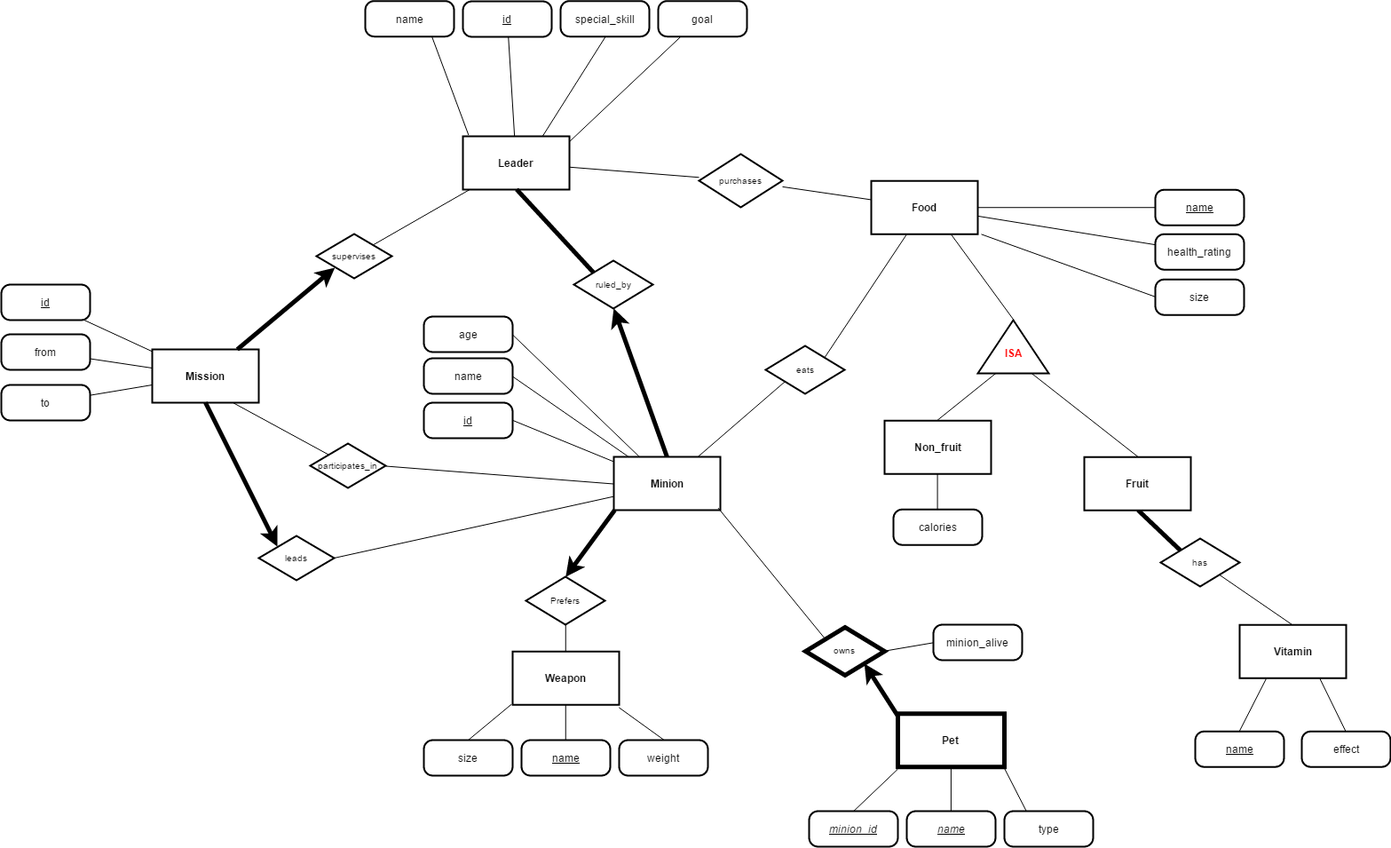
maxhollmann/db-assignment1 keeps this draw.io diagram as Assignment1_ER_Diagram.png. Above is the earlier version. Source tidied: cells renumbered, new cells last; positions are measured from the earlier drawing's top-left corner, leaving out a move shared by most shapes.
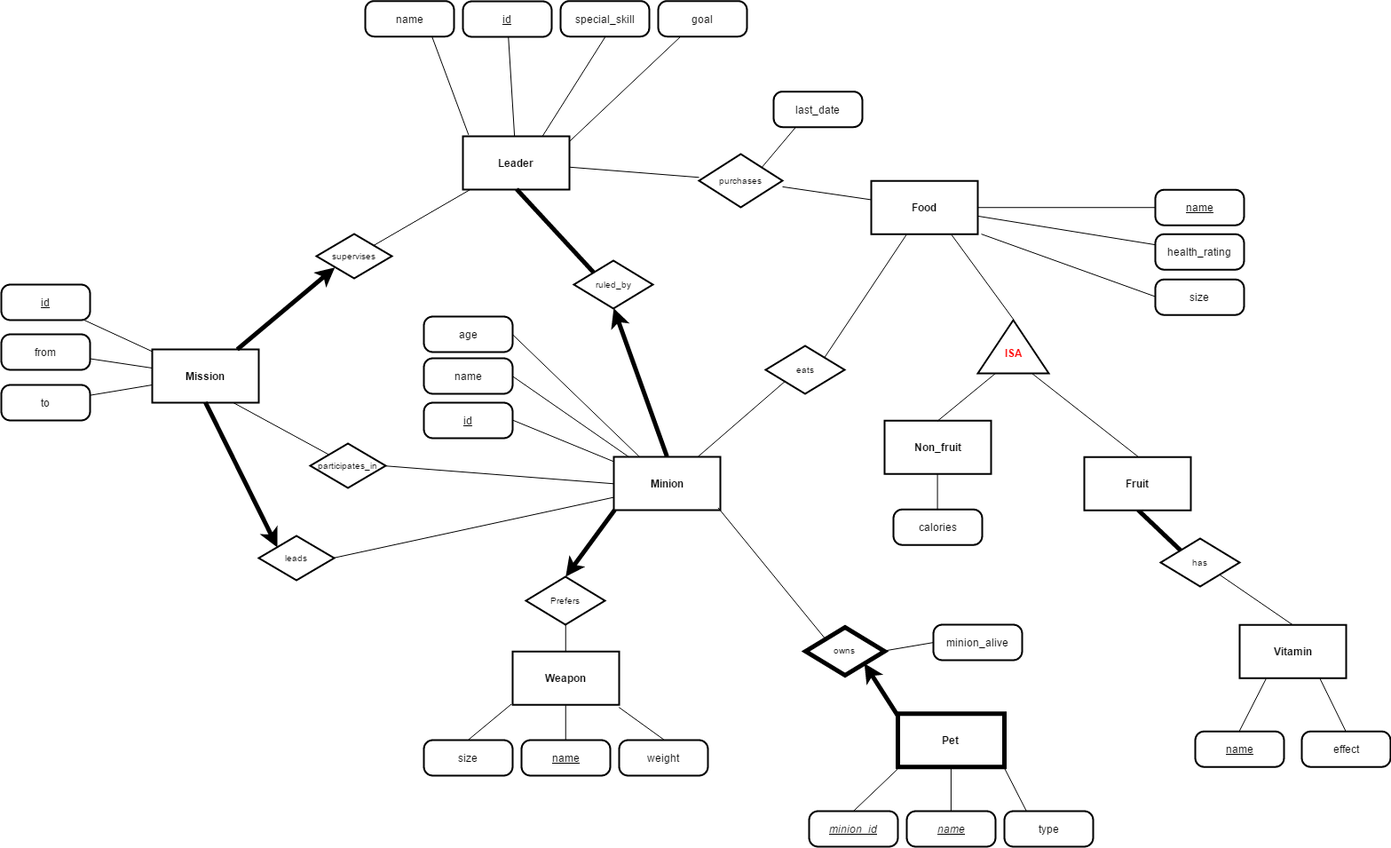
The same diagram one commit later.

What changed in the source:
```diff
@@ -164,6 +164,12 @@
     <mxCell id="55" value="goal" style="strokeWidth=2;shape=mxgraph.er.entity;fontColor=#000000;buttonStyle=round;fillColor=#ffffff;buttonText=;html=1;" parent="1" vertex="1">
       <mxGeometry x="740" y="-0.4" width="100" height="40" as="geometry" />
     </mxCell>
+    <mxCell id="88" style="edgeStyle=none;rounded=0;html=1;exitX=0.25;exitY=1;entryX=0.75;entryY=0.25;entryPerimeter=0;startArrow=none;startFill=0;endArrow=none;endFill=0;jettySize=auto;strokeWidth=1;" parent="1" edge="1" source="89" target="22">
+      <mxGeometry relative="1" as="geometry" />
+    </mxCell>
+    <mxCell id="89" value="last_date" style="strokeWidth=2;shape=mxgraph.er.entity;fontColor=#000000;buttonStyle=round;fillColor=#ffffff;buttonText=;html=1;" parent="1" vertex="1">
+      <mxGeometry x="870" y="101.6" width="100" height="40" as="geometry" />
+    </mxCell>
     <mxCell id="56" value="age" style="strokeWidth=2;shape=mxgraph.er.entity;fontColor=#000000;buttonStyle=round;fillColor=#ffffff;buttonText=;html=1;" parent="1" vertex="1">
       <mxGeometry x="476" y="355" width="100" height="40" as="geometry" />
     </mxCell>
```
